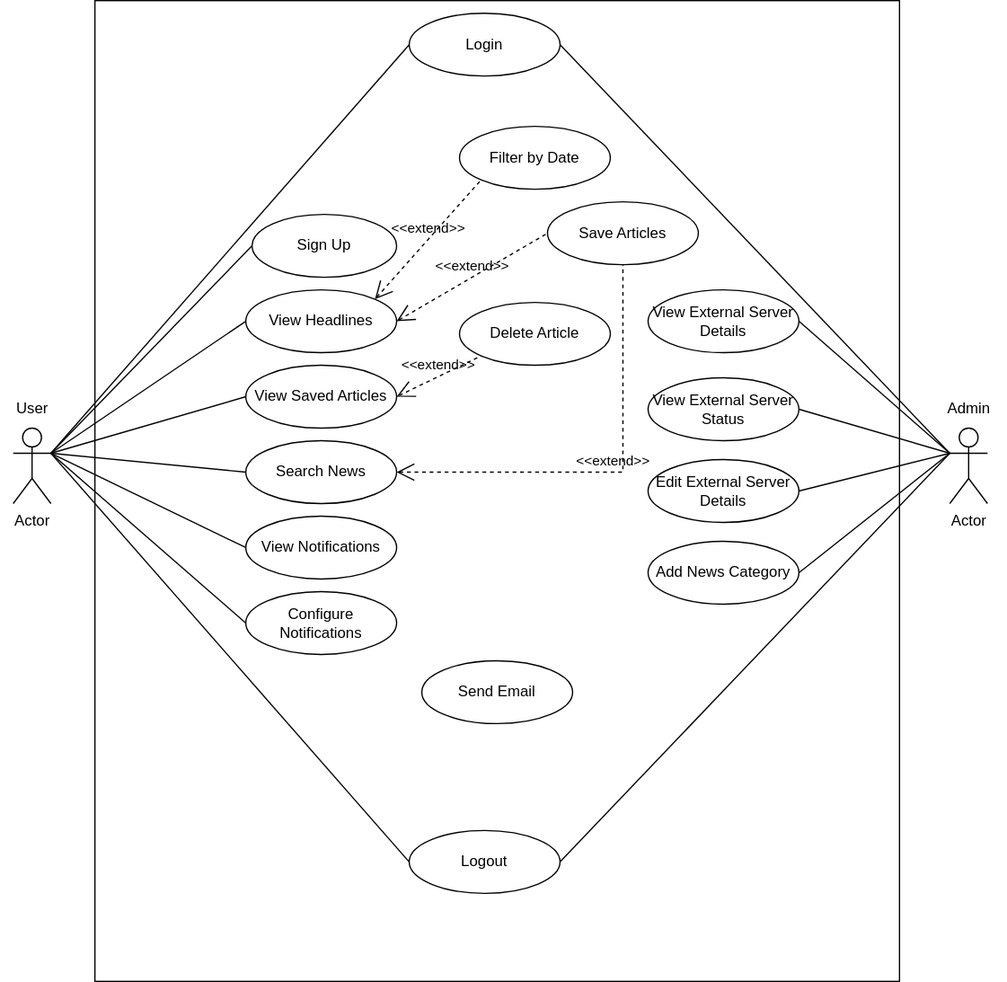
indrayshITT/news-aggregation keeps this draw.io diagram as UML Diagrams/Use Case - News Aggregation.svg. Above is the earlier version. Source tidied: cells renumbered, new cells last; positions are measured from the earlier drawing's top-left corner, leaving out a move shared by most shapes.
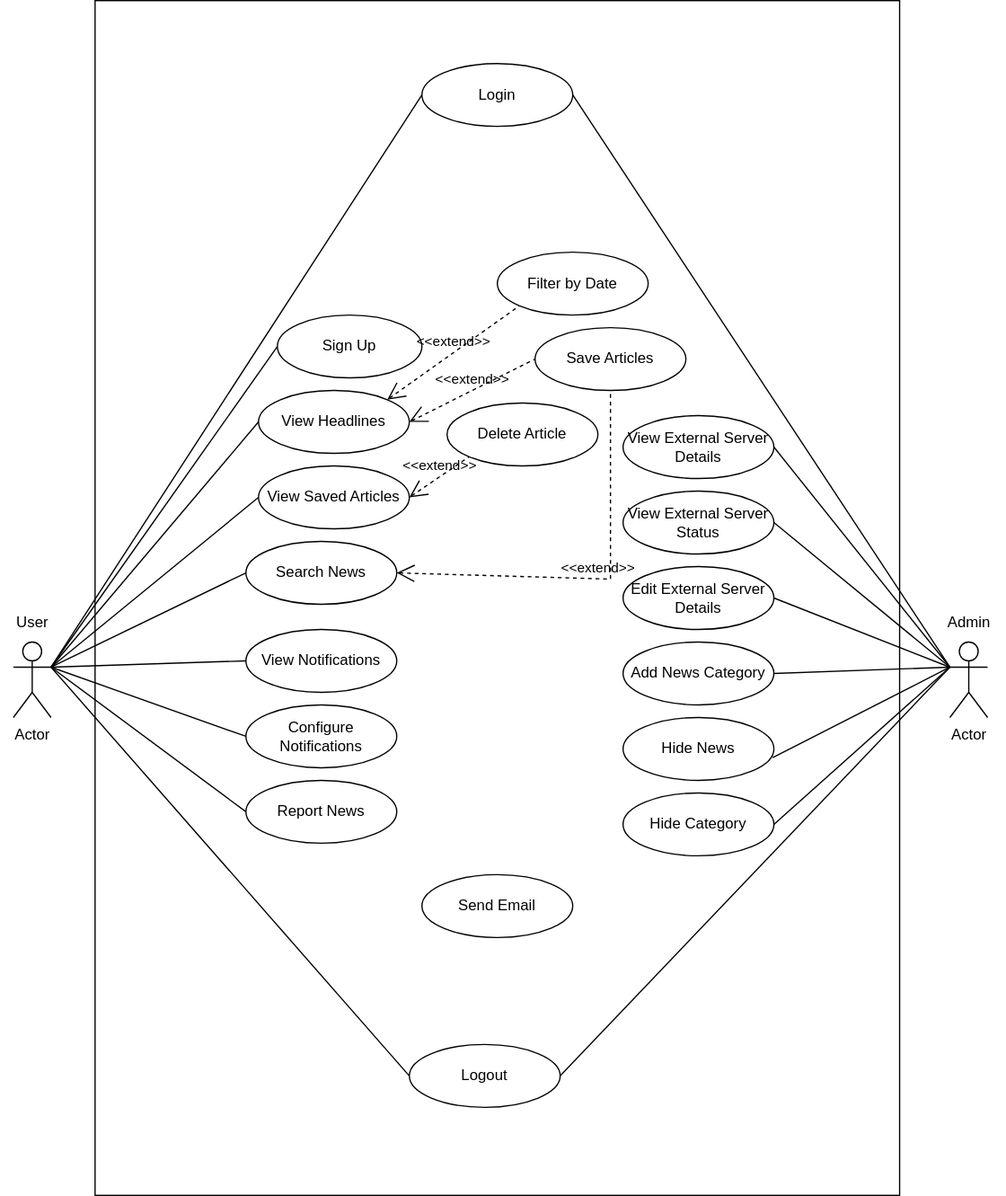
After the change.

The edit, as a diff of the source:
```diff
@@ -3,43 +3,43 @@
     <mxCell id="0" />
     <mxCell id="1" parent="0" />
     <mxCell id="2" style="rounded=0;whiteSpace=wrap;html=1;" parent="1" vertex="1">
-      <mxGeometry x="75" width="640" height="780" as="geometry" />
+      <mxGeometry x="75" y="-170" width="640" height="950" as="geometry" />
     </mxCell>
     <mxCell id="3" value="Actor" style="shape=umlActor;verticalLabelPosition=bottom;verticalAlign=top;html=1;" parent="1" vertex="1">
       <mxGeometry x="10" y="340" width="30" height="60" as="geometry" />
     </mxCell>
     <mxCell id="4" value="Login" style="ellipse;whiteSpace=wrap;html=1;" parent="1" vertex="1">
-      <mxGeometry x="325" y="10" width="120" height="50" as="geometry" />
+      <mxGeometry x="335" y="-120" width="120" height="50" as="geometry" />
     </mxCell>
     <mxCell id="5" value="Sign Up" style="ellipse;whiteSpace=wrap;html=1;" parent="1" vertex="1">
-      <mxGeometry x="200" y="170" width="115" height="50" as="geometry" />
+      <mxGeometry x="220" y="80" width="115" height="50" as="geometry" />
     </mxCell>
     <mxCell id="6" value="View Headlines" style="ellipse;whiteSpace=wrap;html=1;" parent="1" vertex="1">
-      <mxGeometry x="195" y="230" width="120" height="50" as="geometry" />
+      <mxGeometry x="205" y="140" width="120" height="50" as="geometry" />
     </mxCell>
     <mxCell id="7" value="Save Articles" style="ellipse;whiteSpace=wrap;html=1;" parent="1" vertex="1">
-      <mxGeometry x="435" y="160" width="120" height="50" as="geometry" />
+      <mxGeometry x="425" y="90" width="120" height="50" as="geometry" />
     </mxCell>
     <mxCell id="8" value="Search News" style="ellipse;whiteSpace=wrap;html=1;" parent="1" vertex="1">
-      <mxGeometry x="195" y="350" width="120" height="50" as="geometry" />
+      <mxGeometry x="195" y="260" width="120" height="50" as="geometry" />
     </mxCell>
     <mxCell id="9" value="View Notifications" style="ellipse;whiteSpace=wrap;html=1;" parent="1" vertex="1">
-      <mxGeometry x="195" y="410" width="120" height="50" as="geometry" />
+      <mxGeometry x="195" y="330" width="120" height="50" as="geometry" />
     </mxCell>
     <mxCell id="10" value="Configure Notifications" style="ellipse;whiteSpace=wrap;html=1;" parent="1" vertex="1">
-      <mxGeometry x="195" y="470" width="120" height="50" as="geometry" />
+      <mxGeometry x="195" y="390" width="120" height="50" as="geometry" />
     </mxCell>
     <mxCell id="11" value="Actor" style="shape=umlActor;verticalLabelPosition=bottom;verticalAlign=top;html=1;outlineConnect=0;" parent="1" vertex="1">
       <mxGeometry x="755" y="340" width="30" height="60" as="geometry" />
     </mxCell>
     <mxCell id="12" value="View External Server Details" style="ellipse;whiteSpace=wrap;html=1;" parent="1" vertex="1">
-      <mxGeometry x="515" y="230" width="120" height="50" as="geometry" />
+      <mxGeometry x="495" y="160" width="120" height="50" as="geometry" />
     </mxCell>
     <mxCell id="13" value="Edit External Server Details" style="ellipse;whiteSpace=wrap;html=1;" parent="1" vertex="1">
-      <mxGeometry x="515" y="365" width="120" height="50" as="geometry" />
+      <mxGeometry x="495" y="280" width="120" height="50" as="geometry" />
     </mxCell>
     <mxCell id="14" value="Add News Category" style="ellipse;whiteSpace=wrap;html=1;" parent="1" vertex="1">
-      <mxGeometry x="515" y="430" width="120" height="50" as="geometry" />
+      <mxGeometry x="495" y="340" width="120" height="50" as="geometry" />
     </mxCell>
     <mxCell id="15" style="endArrow=none;html=1;rounded=0;entryX=0;entryY=0.5;entryDx=0;entryDy=0;exitX=1;exitY=0.3333333333333333;exitDx=0;exitDy=0;exitPerimeter=0;" parent="1" edge="1" source="3" target="4">
       <mxGeometry relative="1" as="geometry" />
@@ -51,7 +51,7 @@
       <mxGeometry relative="1" as="geometry" />
     </mxCell>
     <mxCell id="18" value="View Saved Articles" style="ellipse;whiteSpace=wrap;html=1;" parent="1" vertex="1">
-      <mxGeometry x="195" y="290" width="120" height="50" as="geometry" />
+      <mxGeometry x="205" y="200" width="120" height="50" as="geometry" />
     </mxCell>
     <mxCell id="19" style="endArrow=none;html=1;rounded=0;exitX=1;exitY=0.3333333333333333;exitDx=0;exitDy=0;exitPerimeter=0;entryX=0;entryY=0.5;entryDx=0;entryDy=0;" parent="1" edge="1" source="3" target="18">
       <mxGeometry relative="1" as="geometry" />
@@ -72,7 +72,7 @@
       <mxGeometry relative="1" as="geometry" />
     </mxCell>
     <mxCell id="25" value="Filter by Date" style="ellipse;whiteSpace=wrap;html=1;" parent="1" vertex="1">
-      <mxGeometry x="365" y="100" width="120" height="50" as="geometry" />
+      <mxGeometry x="395" y="30" width="120" height="50" as="geometry" />
     </mxCell>
     <mxCell id="26" value="&amp;lt;&amp;lt;extend&amp;gt;&amp;gt;" style="edgeStyle=none;html=1;startArrow=open;endArrow=none;startSize=12;verticalAlign=bottom;dashed=1;labelBackgroundColor=none;rounded=0;entryX=0;entryY=1;entryDx=0;entryDy=0;exitX=1;exitY=0;exitDx=0;exitDy=0;" parent="1" edge="1" source="6" target="25">
       <mxGeometry relative="1" as="geometry" />
@@ -83,7 +83,7 @@
     <mxCell id="28" value="&amp;lt;&amp;lt;extend&amp;gt;&amp;gt;" style="edgeStyle=none;html=1;startArrow=open;endArrow=none;startSize=12;verticalAlign=bottom;dashed=1;labelBackgroundColor=none;rounded=0;exitX=1;exitY=0.5;exitDx=0;exitDy=0;entryX=0.5;entryY=1;entryDx=0;entryDy=0;" parent="1" edge="1" source="8" target="7">
       <mxGeometry relative="1" as="geometry">
         <Array as="points">
-          <mxPoint x="495" y="375" />
+          <mxPoint x="485" y="290" />
         </Array>
       </mxGeometry>
     </mxCell>
@@ -103,7 +103,7 @@
       <mxGeometry relative="1" as="geometry" />
     </mxCell>
     <mxCell id="34" value="View External Server Status" style="ellipse;whiteSpace=wrap;html=1;" parent="1" vertex="1">
-      <mxGeometry x="515" y="300" width="120" height="50" as="geometry" />
+      <mxGeometry x="495" y="220" width="120" height="50" as="geometry" />
     </mxCell>
     <mxCell id="35" style="edgeStyle=none;html=1;endArrow=none;verticalAlign=bottom;rounded=0;entryX=0;entryY=0.3333333333333333;entryDx=0;entryDy=0;entryPerimeter=0;exitX=1;exitY=0.5;exitDx=0;exitDy=0;" parent="1" edge="1" source="34" target="11">
       <mxGeometry relative="1" as="geometry" />
@@ -112,7 +112,7 @@
       <mxGeometry x="335" y="525" width="120" height="50" as="geometry" />
     </mxCell>
     <mxCell id="37" value="Delete Article" style="ellipse;whiteSpace=wrap;html=1;" parent="1" vertex="1">
-      <mxGeometry x="365" y="240" width="120" height="50" as="geometry" />
+      <mxGeometry x="355" y="150" width="120" height="50" as="geometry" />
     </mxCell>
     <mxCell id="38" value="&amp;lt;&amp;lt;extend&amp;gt;&amp;gt;" style="edgeStyle=none;html=1;startArrow=open;endArrow=none;startSize=12;verticalAlign=bottom;dashed=1;labelBackgroundColor=none;rounded=0;exitX=1;exitY=0.5;exitDx=0;exitDy=0;entryX=0;entryY=1;entryDx=0;entryDy=0;" parent="1" edge="1" source="18" target="37">
       <mxGeometry relative="1" as="geometry" />
@@ -123,5 +123,23 @@
     <mxCell id="40" value="Admin" style="text;html=1;align=center;verticalAlign=middle;strokeColor=none;fillColor=none;" parent="1" vertex="1">
       <mxGeometry x="740" y="310" width="60" height="30" as="geometry" />
     </mxCell>
+    <mxCell id="41" value="Report News" style="ellipse;whiteSpace=wrap;html=1;" parent="1" vertex="1">
+      <mxGeometry x="195" y="450" width="120" height="50" as="geometry" />
+    </mxCell>
+    <mxCell id="42" style="endArrow=none;html=1;rounded=0;exitX=1;exitY=0.3333333333333333;exitDx=0;exitDy=0;exitPerimeter=0;entryX=0;entryY=0.5;entryDx=0;entryDy=0;" parent="1" edge="1" source="3" target="41">
+      <mxGeometry relative="1" as="geometry" />
+    </mxCell>
+    <mxCell id="43" value="Hide News" style="ellipse;whiteSpace=wrap;html=1;" parent="1" vertex="1">
+      <mxGeometry x="495" y="400" width="120" height="50" as="geometry" />
+    </mxCell>
+    <mxCell id="44" value="Hide Category" style="ellipse;whiteSpace=wrap;html=1;" parent="1" vertex="1">
+      <mxGeometry x="495" y="460" width="120" height="50" as="geometry" />
+    </mxCell>
+    <mxCell id="45" style="endArrow=none;html=1;rounded=0;entryX=0;entryY=0.3333333333333333;entryDx=0;entryDy=0;entryPerimeter=0;exitX=0.992;exitY=0.64;exitDx=0;exitDy=0;exitPerimeter=0;" parent="1" edge="1" source="43" target="11">
+      <mxGeometry relative="1" as="geometry" />
+    </mxCell>
+    <mxCell id="46" style="endArrow=none;html=1;rounded=0;entryX=0;entryY=0.3333333333333333;entryDx=0;entryDy=0;entryPerimeter=0;exitX=1;exitY=0.5;exitDx=0;exitDy=0;" parent="1" edge="1" source="44" target="11">
+      <mxGeometry relative="1" as="geometry" />
+    </mxCell>
   </root>
 </mxGraphModel>
```
